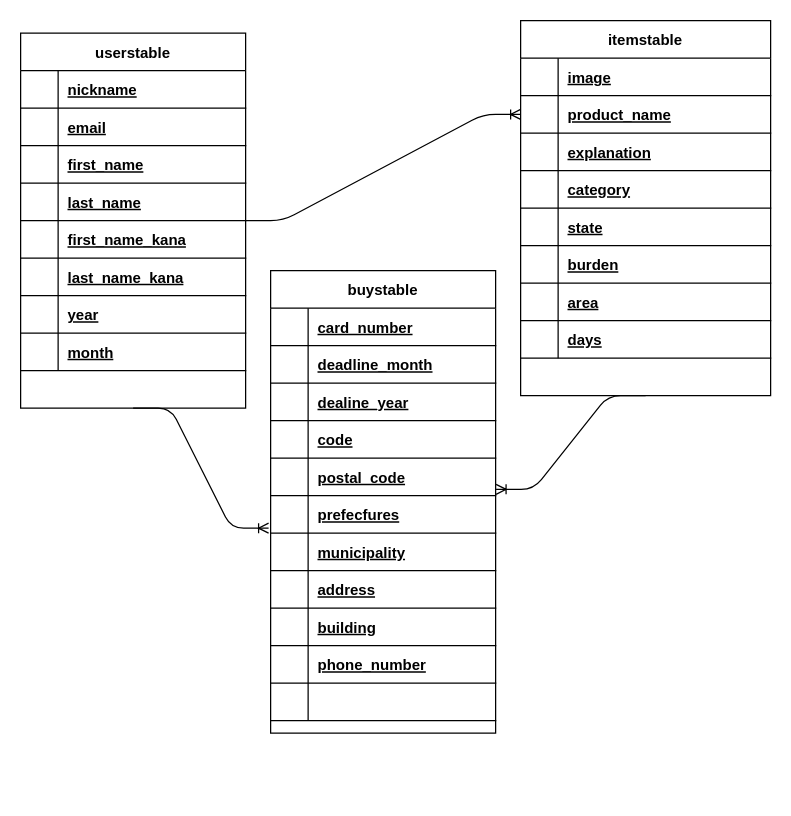
fujisakiyuu/furima-33487 keeps this draw.io diagram as test.dio. Above is the earlier version. Source tidied: cells renumbered, new cells numbered last; positions are measured from the earlier drawing's top-left corner, leaving out a move shared by most shapes. Both pictures are drawn from the tidied source at 125%, with x=0, y=0 at pixel (20, 20).
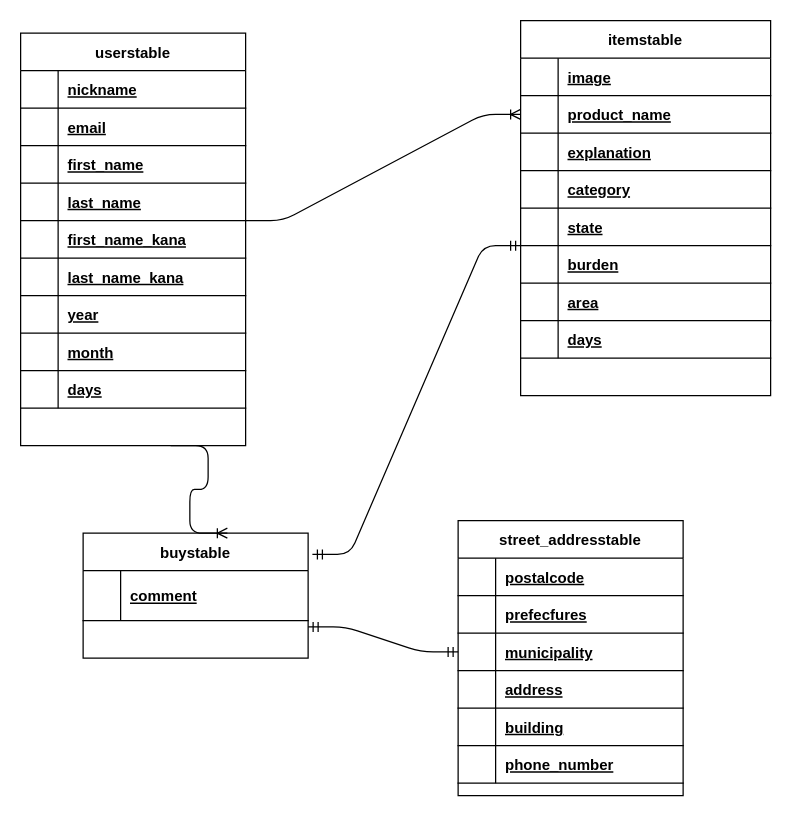
Above is the later version.

The change refers to these unchanged cells:
```xml
<mxCell id="2" value="itemstable" style="shape=table;startSize=30;childLayout=tableLayout;rowLines=0;fontStyle=1;align=center;" parent="1" vertex="1">
  <mxGeometry x="400" width="200" height="300" as="geometry" />
</mxCell>
<mxCell id="6" style="shape=partialRectangle;fillColor=none;top=0;left=0;bottom=1;right=0;points=[[0,0.5],[1,0.5]];portConstraint=eastwest;" parent="2" vertex="1">
  <mxGeometry y="60" width="200" height="30" as="geometry" />
</mxCell>
<mxCell id="18" style="shape=partialRectangle;fillColor=none;top=0;left=0;bottom=1;right=0;points=[[0,0.5],[1,0.5]];portConstraint=eastwest;" parent="2" vertex="1">
  <mxGeometry y="180" width="200" height="30" as="geometry" />
</mxCell>
```

Diff of the diagram source:
```diff
@@
     <mxCell id="27" value="userstable" style="shape=table;startSize=30;childLayout=tableLayout;rowLines=0;fontStyle=1;align=center;" parent="1" vertex="1">
-      <mxGeometry y="10" width="180" height="300" as="geometry" />
+      <mxGeometry y="10" width="180" height="330" as="geometry" />
     </mxCell>
@@
+    <mxCell id="77" style="shape=partialRectangle;fillColor=none;top=0;left=0;bottom=1;right=0;" parent="27" vertex="1">
+      <mxGeometry y="270" width="180" height="30" as="geometry" />
+    </mxCell>
+    <mxCell id="89" style="shape=partialRectangle;fillColor=none;top=0;left=0;bottom=0;right=0;fontStyle=1;overflow=hidden;" parent="77" vertex="1">
+      <mxGeometry width="30" height="30" as="geometry" />
+    </mxCell>
+    <mxCell id="90" value="days" style="shape=partialRectangle;fillColor=none;top=0;left=0;bottom=0;right=0;align=left;spacingLeft=6;fontStyle=5;overflow=hidden;" parent="77" vertex="1">
+      <mxGeometry x="30" width="150" height="30" as="geometry" />
+    </mxCell>
+    <mxCell id="86" style="edgeStyle=entityRelationEdgeStyle;fontSize=12;html=1;endArrow=ERoneToMany;entryX=0;entryY=0.5;entryDx=0;entryDy=0;" parent="1" edge="1" target="6">
+      <mxGeometry relative="1" as="geometry">
+        <mxPoint x="180" y="160" as="sourcePoint" />
+      </mxGeometry>
+    </mxCell>
     <mxCell id="52" value="buystable" style="shape=table;startSize=30;childLayout=tableLayout;rowLines=0;fontStyle=1;align=center;" parent="1" vertex="1">
-      <mxGeometry x="200" y="200" width="180" height="370" as="geometry" />
+      <mxGeometry x="50" y="410" width="180" height="100" as="geometry" />
     </mxCell>
+    <mxCell id="91" style="shape=partialRectangle;fillColor=none;top=0;left=0;bottom=1;right=0;" parent="52" vertex="1">
+      <mxGeometry y="30" width="180" height="40" as="geometry" />
+    </mxCell>
+    <mxCell id="92" style="shape=partialRectangle;fillColor=none;top=0;left=0;bottom=0;right=0;fontStyle=1;overflow=hidden;" parent="91" vertex="1">
+      <mxGeometry width="30" height="40" as="geometry" />
+    </mxCell>
+    <mxCell id="93" value="comment" style="shape=partialRectangle;fillColor=none;top=0;left=0;bottom=0;right=0;align=left;spacingLeft=6;fontStyle=5;overflow=hidden;" parent="91" vertex="1">
+      <mxGeometry x="30" width="150" height="40" as="geometry" />
+    </mxCell>
+    <mxCell id="94" value="street_addresstable" style="shape=table;startSize=30;childLayout=tableLayout;rowLines=0;fontStyle=1;align=center;" parent="1" vertex="1">
+      <mxGeometry x="350" y="400" width="180" height="220" as="geometry" />
+    </mxCell>
-    <mxCell id="53" style="shape=partialRectangle;fillColor=none;top=0;left=0;bottom=1;right=0;" parent="52" vertex="1">
+    <mxCell id="53" style="shape=partialRectangle;fillColor=none;top=0;left=0;bottom=1;right=0;" parent="94" vertex="1">
       <mxGeometry y="30" width="180" height="30" as="geometry" />
     </mxCell>
-    <mxCell id="54" style="shape=partialRectangle;fillColor=none;top=0;left=0;bottom=0;right=0;fontStyle=1;overflow=hidden;" parent="53" vertex="1">
-      <mxGeometry width="30" height="30" as="geometry" />
-    </mxCell>
-    <mxCell id="55" value="card_number" style="shape=partialRectangle;fillColor=none;top=0;left=0;bottom=0;right=0;align=left;spacingLeft=6;fontStyle=5;overflow=hidden;" parent="53" vertex="1">
-      <mxGeometry x="30" width="150" height="30" as="geometry" />
-    </mxCell>
+    <mxCell id="95" style="shape=partialRectangle;fillColor=none;top=0;left=0;bottom=0;right=0;fontStyle=1;overflow=hidden;" parent="53" vertex="1">
+      <mxGeometry width="30" height="30" as="geometry" />
+    </mxCell>
+    <mxCell id="96" value="postalcode" style="shape=partialRectangle;fillColor=none;top=0;left=0;bottom=0;right=0;align=left;spacingLeft=6;fontStyle=5;overflow=hidden;" parent="53" vertex="1">
+      <mxGeometry x="30" width="150" height="30" as="geometry" />
+    </mxCell>
-    <mxCell id="56" style="shape=partialRectangle;fillColor=none;top=0;left=0;bottom=1;right=0;" parent="52" vertex="1">
+    <mxCell id="56" style="shape=partialRectangle;fillColor=none;top=0;left=0;bottom=1;right=0;" parent="94" vertex="1">
       <mxGeometry y="60" width="180" height="30" as="geometry" />
     </mxCell>
-    <mxCell id="57" style="shape=partialRectangle;fillColor=none;top=0;left=0;bottom=0;right=0;fontStyle=1;overflow=hidden;" parent="56" vertex="1">
-      <mxGeometry width="30" height="30" as="geometry" />
-    </mxCell>
-    <mxCell id="58" value="deadline_month" style="shape=partialRectangle;fillColor=none;top=0;left=0;bottom=0;right=0;align=left;spacingLeft=6;fontStyle=5;overflow=hidden;" parent="56" vertex="1">
-      <mxGeometry x="30" width="150" height="30" as="geometry" />
-    </mxCell>
+    <mxCell id="97" style="shape=partialRectangle;fillColor=none;top=0;left=0;bottom=0;right=0;fontStyle=1;overflow=hidden;" parent="56" vertex="1">
+      <mxGeometry width="30" height="30" as="geometry" />
+    </mxCell>
+    <mxCell id="70" value="prefecfures" style="shape=partialRectangle;fillColor=none;top=0;left=0;bottom=0;right=0;align=left;spacingLeft=6;fontStyle=5;overflow=hidden;" parent="56" vertex="1">
+      <mxGeometry x="30" width="150" height="30" as="geometry" />
+    </mxCell>
-    <mxCell id="59" style="shape=partialRectangle;fillColor=none;top=0;left=0;bottom=1;right=0;points=[[0,0.5],[1,0.5]];portConstraint=eastwest;" parent="52" vertex="1">
+    <mxCell id="59" style="shape=partialRectangle;fillColor=none;top=0;left=0;bottom=1;right=0;points=[[0,0.5],[1,0.5]];portConstraint=eastwest;" parent="94" vertex="1">
       <mxGeometry y="90" width="180" height="30" as="geometry" />
     </mxCell>
-    <mxCell id="60" style="shape=partialRectangle;fillColor=none;top=0;left=0;bottom=0;right=0;fontStyle=1;overflow=hidden;" parent="59" vertex="1">
-      <mxGeometry width="30" height="30" as="geometry" />
-    </mxCell>
-    <mxCell id="61" value="dealine_year" style="shape=partialRectangle;fillColor=none;top=0;left=0;bottom=0;right=0;align=left;spacingLeft=6;fontStyle=5;overflow=hidden;" parent="59" vertex="1">
-      <mxGeometry x="30" width="150" height="30" as="geometry" />
-    </mxCell>
+    <mxCell id="98" style="shape=partialRectangle;fillColor=none;top=0;left=0;bottom=0;right=0;fontStyle=1;overflow=hidden;" parent="59" vertex="1">
+      <mxGeometry width="30" height="30" as="geometry" />
+    </mxCell>
+    <mxCell id="73" value="municipality" style="shape=partialRectangle;fillColor=none;top=0;left=0;bottom=0;right=0;align=left;spacingLeft=6;fontStyle=5;overflow=hidden;" parent="59" vertex="1">
+      <mxGeometry x="30" width="150" height="30" as="geometry" />
+    </mxCell>
-    <mxCell id="62" style="shape=partialRectangle;fillColor=none;top=0;left=0;bottom=1;right=0;" parent="52" vertex="1">
+    <mxCell id="62" style="shape=partialRectangle;fillColor=none;top=0;left=0;bottom=1;right=0;" parent="94" vertex="1">
       <mxGeometry y="120" width="180" height="30" as="geometry" />
     </mxCell>
-    <mxCell id="63" style="shape=partialRectangle;fillColor=none;top=0;left=0;bottom=0;right=0;fontStyle=1;overflow=hidden;" parent="62" vertex="1">
-      <mxGeometry width="30" height="30" as="geometry" />
-    </mxCell>
-    <mxCell id="64" value="code" style="shape=partialRectangle;fillColor=none;top=0;left=0;bottom=0;right=0;align=left;spacingLeft=6;fontStyle=5;overflow=hidden;" parent="62" vertex="1">
-      <mxGeometry x="30" width="150" height="30" as="geometry" />
-    </mxCell>
+    <mxCell id="99" style="shape=partialRectangle;fillColor=none;top=0;left=0;bottom=0;right=0;fontStyle=1;overflow=hidden;" parent="62" vertex="1">
+      <mxGeometry width="30" height="30" as="geometry" />
+    </mxCell>
+    <mxCell id="76" value="address" style="shape=partialRectangle;fillColor=none;top=0;left=0;bottom=0;right=0;align=left;spacingLeft=6;fontStyle=5;overflow=hidden;" parent="62" vertex="1">
+      <mxGeometry x="30" width="150" height="30" as="geometry" />
+    </mxCell>
-    <mxCell id="65" style="shape=partialRectangle;fillColor=none;top=0;left=0;bottom=1;right=0;points=[[0,0.5],[1,0.5]];portConstraint=eastwest;" parent="52" vertex="1">
+    <mxCell id="65" style="shape=partialRectangle;fillColor=none;top=0;left=0;bottom=1;right=0;points=[[0,0.5],[1,0.5]];portConstraint=eastwest;" parent="94" vertex="1">
       <mxGeometry y="150" width="180" height="30" as="geometry" />
     </mxCell>
-    <mxCell id="66" style="shape=partialRectangle;fillColor=none;top=0;left=0;bottom=0;right=0;fontStyle=1;overflow=hidden;" parent="65" vertex="1">
-      <mxGeometry width="30" height="30" as="geometry" />
-    </mxCell>
-    <mxCell id="67" value="postal_code" style="shape=partialRectangle;fillColor=none;top=0;left=0;bottom=0;right=0;align=left;spacingLeft=6;fontStyle=5;overflow=hidden;" parent="65" vertex="1">
-      <mxGeometry x="30" width="150" height="30" as="geometry" />
-    </mxCell>
+    <mxCell id="100" style="shape=partialRectangle;fillColor=none;top=0;left=0;bottom=0;right=0;fontStyle=1;overflow=hidden;" parent="65" vertex="1">
+      <mxGeometry width="30" height="30" as="geometry" />
+    </mxCell>
+    <mxCell id="79" value="building" style="shape=partialRectangle;fillColor=none;top=0;left=0;bottom=0;right=0;align=left;spacingLeft=6;fontStyle=5;overflow=hidden;" parent="65" vertex="1">
+      <mxGeometry x="30" width="150" height="30" as="geometry" />
+    </mxCell>
-    <mxCell id="68" style="shape=partialRectangle;fillColor=none;top=0;left=0;bottom=1;right=0;" parent="52" vertex="1">
+    <mxCell id="68" style="shape=partialRectangle;fillColor=none;top=0;left=0;bottom=1;right=0;" parent="94" vertex="1">
       <mxGeometry y="180" width="180" height="30" as="geometry" />
     </mxCell>
-    <mxCell id="69" style="shape=partialRectangle;fillColor=none;top=0;left=0;bottom=0;right=0;fontStyle=1;overflow=hidden;" parent="68" vertex="1">
-      <mxGeometry width="30" height="30" as="geometry" />
-    </mxCell>
-    <mxCell id="70" value="prefecfures" style="shape=partialRectangle;fillColor=none;top=0;left=0;bottom=0;right=0;align=left;spacingLeft=6;fontStyle=5;overflow=hidden;" parent="68" vertex="1">
-      <mxGeometry x="30" width="150" height="30" as="geometry" />
-    </mxCell>
-    <mxCell id="71" style="shape=partialRectangle;fillColor=none;top=0;left=0;bottom=1;right=0;points=[[0,0.5],[1,0.5]];portConstraint=eastwest;" parent="52" vertex="1">
-      <mxGeometry y="210" width="180" height="30" as="geometry" />
-    </mxCell>
-    <mxCell id="72" style="shape=partialRectangle;fillColor=none;top=0;left=0;bottom=0;right=0;fontStyle=1;overflow=hidden;" parent="71" vertex="1">
-      <mxGeometry width="30" height="30" as="geometry" />
-    </mxCell>
-    <mxCell id="73" value="municipality" style="shape=partialRectangle;fillColor=none;top=0;left=0;bottom=0;right=0;align=left;spacingLeft=6;fontStyle=5;overflow=hidden;" parent="71" vertex="1">
-      <mxGeometry x="30" width="150" height="30" as="geometry" />
-    </mxCell>
-    <mxCell id="74" style="shape=partialRectangle;fillColor=none;top=0;left=0;bottom=1;right=0;" parent="52" vertex="1">
-      <mxGeometry y="240" width="180" height="30" as="geometry" />
-    </mxCell>
-    <mxCell id="75" style="shape=partialRectangle;fillColor=none;top=0;left=0;bottom=0;right=0;fontStyle=1;overflow=hidden;" parent="74" vertex="1">
-      <mxGeometry width="30" height="30" as="geometry" />
-    </mxCell>
-    <mxCell id="76" value="address" style="shape=partialRectangle;fillColor=none;top=0;left=0;bottom=0;right=0;align=left;spacingLeft=6;fontStyle=5;overflow=hidden;" parent="74" vertex="1">
-      <mxGeometry x="30" width="150" height="30" as="geometry" />
-    </mxCell>
-    <mxCell id="77" style="shape=partialRectangle;fillColor=none;top=0;left=0;bottom=1;right=0;" parent="52" vertex="1">
-      <mxGeometry y="270" width="180" height="30" as="geometry" />
-    </mxCell>
-    <mxCell id="78" style="shape=partialRectangle;fillColor=none;top=0;left=0;bottom=0;right=0;fontStyle=1;overflow=hidden;" parent="77" vertex="1">
-      <mxGeometry width="30" height="30" as="geometry" />
-    </mxCell>
-    <mxCell id="79" value="building" style="shape=partialRectangle;fillColor=none;top=0;left=0;bottom=0;right=0;align=left;spacingLeft=6;fontStyle=5;overflow=hidden;" parent="77" vertex="1">
-      <mxGeometry x="30" width="150" height="30" as="geometry" />
-    </mxCell>
-    <mxCell id="80" style="shape=partialRectangle;fillColor=none;top=0;left=0;bottom=1;right=0;" parent="52" vertex="1">
-      <mxGeometry y="300" width="180" height="30" as="geometry" />
-    </mxCell>
-    <mxCell id="81" style="shape=partialRectangle;fillColor=none;top=0;left=0;bottom=0;right=0;fontStyle=1;overflow=hidden;" parent="80" vertex="1">
-      <mxGeometry width="30" height="30" as="geometry" />
-    </mxCell>
+    <mxCell id="101" style="shape=partialRectangle;fillColor=none;top=0;left=0;bottom=0;right=0;fontStyle=1;overflow=hidden;" parent="68" vertex="1">
+      <mxGeometry width="30" height="30" as="geometry" />
+    </mxCell>
-    <mxCell id="82" value="phone_number" style="shape=partialRectangle;fillColor=none;top=0;left=0;bottom=0;right=0;align=left;spacingLeft=6;fontStyle=5;overflow=hidden;" parent="80" vertex="1">
+    <mxCell id="82" value="phone_number" style="shape=partialRectangle;fillColor=none;top=0;left=0;bottom=0;right=0;align=left;spacingLeft=6;fontStyle=5;overflow=hidden;" parent="68" vertex="1">
       <mxGeometry x="30" width="150" height="30" as="geometry" />
     </mxCell>
-    <mxCell id="83" style="shape=partialRectangle;fillColor=none;top=0;left=0;bottom=1;right=0;" parent="52" vertex="1">
-      <mxGeometry y="330" width="180" height="30" as="geometry" />
-    </mxCell>
-    <mxCell id="84" style="shape=partialRectangle;fillColor=none;top=0;left=0;bottom=0;right=0;fontStyle=1;overflow=hidden;" parent="83" vertex="1">
-      <mxGeometry width="30" height="30" as="geometry" />
-    </mxCell>
-    <mxCell id="85" style="shape=partialRectangle;fillColor=none;top=0;left=0;bottom=0;right=0;align=left;spacingLeft=6;fontStyle=5;overflow=hidden;" parent="83" vertex="1">
-      <mxGeometry x="30" width="150" height="30" as="geometry" />
-    </mxCell>
-    <mxCell id="86" style="edgeStyle=entityRelationEdgeStyle;fontSize=12;html=1;endArrow=ERoneToMany;entryX=0;entryY=0.5;entryDx=0;entryDy=0;" parent="1" edge="1" target="6">
-      <mxGeometry relative="1" as="geometry">
-        <mxPoint x="180" y="160" as="sourcePoint" />
-      </mxGeometry>
-    </mxCell>
-    <mxCell id="87" style="edgeStyle=entityRelationEdgeStyle;fontSize=12;html=1;endArrow=ERoneToMany;entryX=1.002;entryY=0.833;entryDx=0;entryDy=0;entryPerimeter=0;exitX=0.5;exitY=1;exitDx=0;exitDy=0;" parent="1" edge="1" source="2" target="65">
-      <mxGeometry relative="1" as="geometry" />
-    </mxCell>
-    <mxCell id="88" style="edgeStyle=entityRelationEdgeStyle;fontSize=12;html=1;endArrow=ERoneToMany;exitX=0.5;exitY=1;exitDx=0;exitDy=0;entryX=-0.009;entryY=-0.133;entryDx=0;entryDy=0;entryPerimeter=0;" parent="1" edge="1" source="27" target="71">
-      <mxGeometry relative="1" as="geometry" />
-    </mxCell>
+    <mxCell id="102" style="edgeStyle=entityRelationEdgeStyle;fontSize=12;html=1;endArrow=ERmandOne;startArrow=ERmandOne;entryX=0;entryY=0;entryDx=0;entryDy=0;entryPerimeter=0;exitX=1.019;exitY=0.17;exitDx=0;exitDy=0;exitPerimeter=0;" parent="1" edge="1" source="52" target="18">
+      <mxGeometry relative="1" as="geometry" />
+    </mxCell>
+    <mxCell id="103" style="edgeStyle=entityRelationEdgeStyle;fontSize=12;html=1;endArrow=ERoneToMany;entryX=0.641;entryY=0;entryDx=0;entryDy=0;entryPerimeter=0;" parent="1" edge="1" target="52">
+      <mxGeometry relative="1" as="geometry">
+        <mxPoint x="120" y="340" as="sourcePoint" />
+      </mxGeometry>
+    </mxCell>
+    <mxCell id="104" style="edgeStyle=entityRelationEdgeStyle;fontSize=12;html=1;endArrow=ERmandOne;startArrow=ERmandOne;exitX=1;exitY=0.75;exitDx=0;exitDy=0;entryX=0;entryY=0.5;entryDx=0;entryDy=0;" parent="1" edge="1" source="52" target="59">
+      <mxGeometry relative="1" as="geometry" />
+    </mxCell>
```
